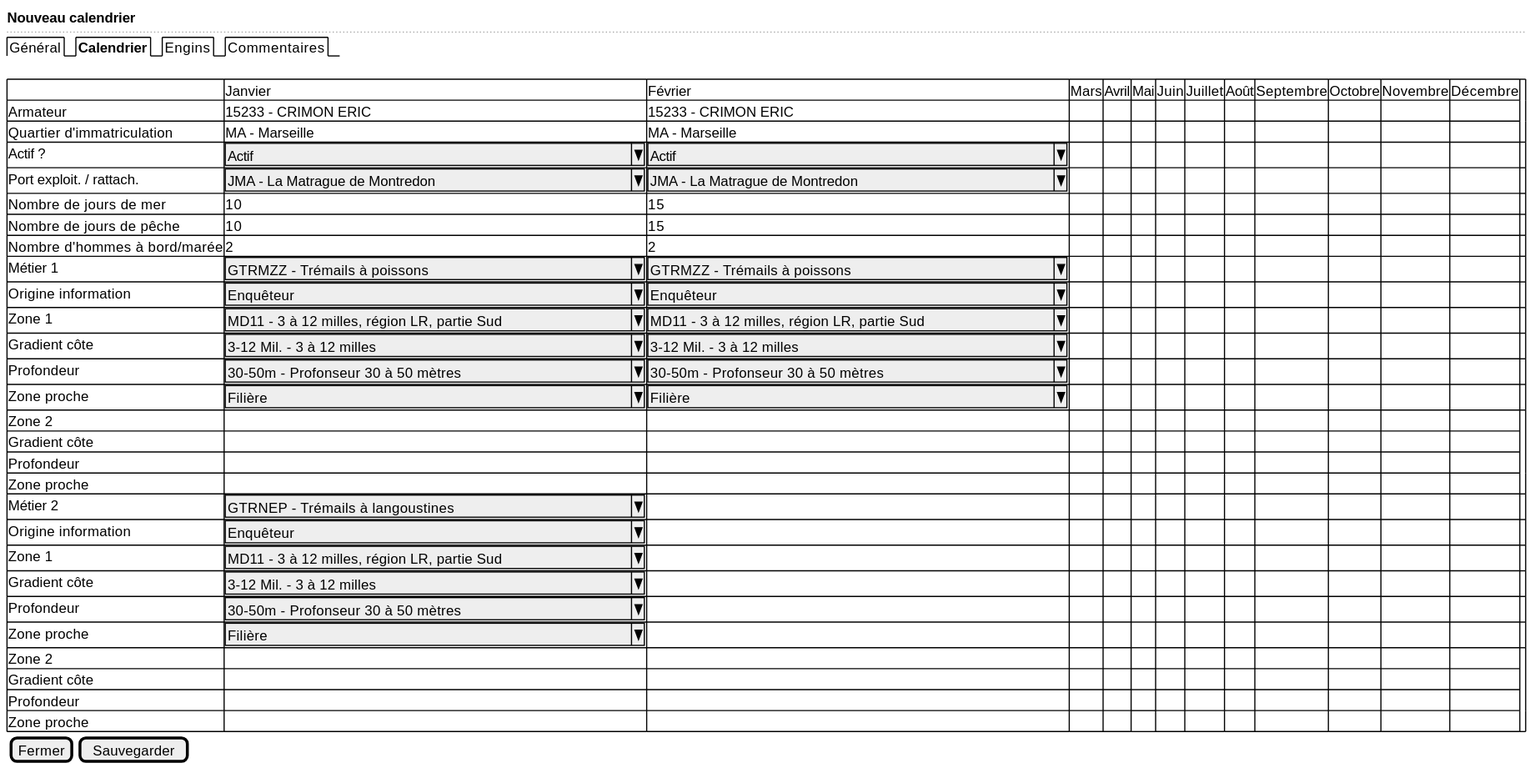
Above: projects/activity-calendar/spe/images/activity-calendar-new.svg in sumaris-net/sumaris-doc (PlantUML), before the change. Its diagram source:
```plantuml
@startsalt
{
  <b>Nouveau calendrier
  ..
  {/ Général | <b>Calendrier | Engins | Commentaires }
  .
	{#

     . | Janvier | Février | Mars | Avril | Mai | Juin | Juillet | Août | Septembre | Octobre | Novembre | Décembre
     Armateur | 15233 - CRIMON ERIC | 15233 - CRIMON ERIC | . | . | . | . | . | . | . | . | . | .
     Quartier d'immatriculation | MA - Marseille | MA - Marseille | . | . | . | . | . | . | . | . | . | .
     Actif ? | ^Actif                                      ^ | ^Actif                                      ^|.| . | . | . | . | . | . | . | . | . | .
     Port exploit. / rattach. | ^JMA - La Matrague de Montredon             ^ | ^JMA - La Matrague de Montredon             ^|.| . | . | . | . | . | . | . | . | . | .
     Nombre de jours de mer | 10 | 15 |.| . | . | . | . | . | . | . | . | . | .
     Nombre de jours de pêche | 10 | 15 |.| . | . | . | . | . | . | . | . | . | .
     Nombre d'hommes à bord/marée | 2 | 2 |.| . | . | . | . | . | . | . | . | . | .
     Métier 1 | ^GTRMZZ - Trémails à poissons               ^ | ^GTRMZZ - Trémails à poissons               ^ |.| . | . | . | . | . | . | . | . | . | .
     Origine information | ^Enquêteur                                  ^ | ^Enquêteur                                  ^ |.| . | . | . | . | . | . | . | . | . | .
     Zone 1 |^MD11 - 3 à 12 milles, région LR, partie Sud^| ^MD11 - 3 à 12 milles, région LR, partie Sud^ |.| . | . | . | . | . | . | . | . | . | .
     Gradient côte |^3-12 Mil. - 3 à 12 milles                  ^| ^3-12 Mil. - 3 à 12 milles                  ^ |.| . | . | . | . | . | . | . | . | . | .
     Profondeur | ^30-50m - Profonseur 30 à 50 mètres         ^ | ^30-50m - Profonseur 30 à 50 mètres         ^ |.| . | . | . | . | . | . | . | . | . | .
     Zone proche | ^Filière                                    ^ | ^Filière                                    ^ |.| . | . | . | . | . | . | . | . | . | .
     Zone 2 | . | . | . | . | . | . | . | . | . | . | . | .
     Gradient côte | . | . | . | . | . | . | . | . | . | . | . | .
     Profondeur | . | . | . | . | . | . | . | . | . | . | . | .
     Zone proche | . | . | . | . | . | . | . | . | . | . | . | .
     Métier 2 | ^GTRNEP - Trémails à langoustines           ^ |.|.| . | . | . | . | . | . | . | . | . | .
     Origine information | ^Enquêteur                                  ^ |.|.| . | . | . | . | . | . | . | . | . | .
     Zone 1 |^MD11 - 3 à 12 milles, région LR, partie Sud^|.|.| . | . | . | . | . | . | . | . | . | .
     Gradient côte |^3-12 Mil. - 3 à 12 milles                  ^|.|.| . | . | . | . | . | . | . | . | . | .
     Profondeur |^30-50m - Profonseur 30 à 50 mètres         ^|.|.| . | . | . | . | . | . | . | . | . | .
     Zone proche |^Filière                                    ^|.|.| . | . | . | . | . | . | . | . | . | .
     Zone 2 | . | . | . | . | . | . | . | . | . | . | . | .
     Gradient côte | . | . | . | . | . | . | . | . | . | . | . | .
     Profondeur | . | . | . | . | . | . | . | . | . | . | . | .
     Zone proche | . | . | . | . | . | . | . | . | . | . | . | .
    }

  { [Fermer] | [Sauvegarder] }
}
@endsalt
```
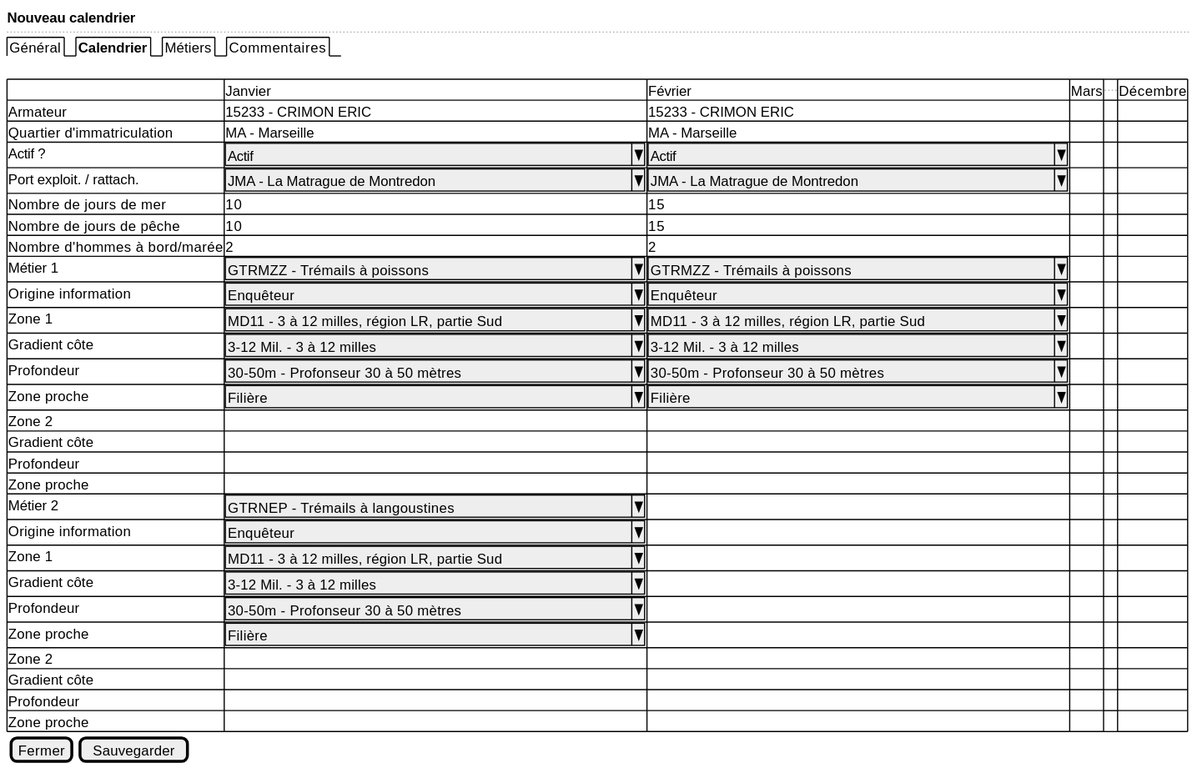
Later version of the same file.

Change to the diagram source:
```diff
@@ -2,38 +2,38 @@
 {
   <b>Nouveau calendrier
   ..
-  {/ Général | <b>Calendrier | Engins | Commentaires }
+  {/ Général | <b>Calendrier | Métiers | Commentaires }
   .
 	{#
 
-     . | Janvier | Février | Mars | Avril | Mai | Juin | Juillet | Août | Septembre | Octobre | Novembre | Décembre
-     Armateur | 15233 - CRIMON ERIC | 15233 - CRIMON ERIC | . | . | . | . | . | . | . | . | . | .
-     Quartier d'immatriculation | MA - Marseille | MA - Marseille | . | . | . | . | . | . | . | . | . | .
-     Actif ? | ^Actif                                      ^ | ^Actif                                      ^|.| . | . | . | . | . | . | . | . | . | .
-     Port exploit. / rattach. | ^JMA - La Matrague de Montredon             ^ | ^JMA - La Matrague de Montredon             ^|.| . | . | . | . | . | . | . | . | . | .
-     Nombre de jours de mer | 10 | 15 |.| . | . | . | . | . | . | . | . | . | .
-     Nombre de jours de pêche | 10 | 15 |.| . | . | . | . | . | . | . | . | . | .
-     Nombre d'hommes à bord/marée | 2 | 2 |.| . | . | . | . | . | . | . | . | . | .
-     Métier 1 | ^GTRMZZ - Trémails à poissons               ^ | ^GTRMZZ - Trémails à poissons               ^ |.| . | . | . | . | . | . | . | . | . | .
-     Origine information | ^Enquêteur                                  ^ | ^Enquêteur                                  ^ |.| . | . | . | . | . | . | . | . | . | .
-     Zone 1 |^MD11 - 3 à 12 milles, région LR, partie Sud^| ^MD11 - 3 à 12 milles, région LR, partie Sud^ |.| . | . | . | . | . | . | . | . | . | .
-     Gradient côte |^3-12 Mil. - 3 à 12 milles                  ^| ^3-12 Mil. - 3 à 12 milles                  ^ |.| . | . | . | . | . | . | . | . | . | .
-     Profondeur | ^30-50m - Profonseur 30 à 50 mètres         ^ | ^30-50m - Profonseur 30 à 50 mètres         ^ |.| . | . | . | . | . | . | . | . | . | .
-     Zone proche | ^Filière                                    ^ | ^Filière                                    ^ |.| . | . | . | . | . | . | . | . | . | .
-     Zone 2 | . | . | . | . | . | . | . | . | . | . | . | .
-     Gradient côte | . | . | . | . | . | . | . | . | . | . | . | .
-     Profondeur | . | . | . | . | . | . | . | . | . | . | . | .
-     Zone proche | . | . | . | . | . | . | . | . | . | . | . | .
-     Métier 2 | ^GTRNEP - Trémails à langoustines           ^ |.|.| . | . | . | . | . | . | . | . | . | .
-     Origine information | ^Enquêteur                                  ^ |.|.| . | . | . | . | . | . | . | . | . | .
-     Zone 1 |^MD11 - 3 à 12 milles, région LR, partie Sud^|.|.| . | . | . | . | . | . | . | . | . | .
-     Gradient côte |^3-12 Mil. - 3 à 12 milles                  ^|.|.| . | . | . | . | . | . | . | . | . | .
-     Profondeur |^30-50m - Profonseur 30 à 50 mètres         ^|.|.| . | . | . | . | . | . | . | . | . | .
-     Zone proche |^Filière                                    ^|.|.| . | . | . | . | . | . | . | . | . | .
-     Zone 2 | . | . | . | . | . | . | . | . | . | . | . | .
-     Gradient côte | . | . | . | . | . | . | . | . | . | . | . | .
-     Profondeur | . | . | . | . | . | . | . | . | . | . | . | .
-     Zone proche | . | . | . | . | . | . | . | . | . | . | . | .
+     . | Janvier | Février | Mars | ... | Décembre
+     Armateur | 15233 - CRIMON ERIC | 15233 - CRIMON ERIC | . | . | .
+     Quartier d'immatriculation | MA - Marseille | MA - Marseille | . | . | .
+     Actif ? | ^Actif                                      ^ | ^Actif                                      ^| . | . | .
+     Port exploit. / rattach. | ^JMA - La Matrague de Montredon             ^ | ^JMA - La Matrague de Montredon             ^| . | . | .
+     Nombre de jours de mer | 10 | 15 | . | . | .
+     Nombre de jours de pêche | 10 | 15 | . | . | .
+     Nombre d'hommes à bord/marée | 2 | 2 | . | . | .
+     Métier 1 | ^GTRMZZ - Trémails à poissons               ^ | ^GTRMZZ - Trémails à poissons               ^ | . | . | .
+     Origine information | ^Enquêteur                                  ^ | ^Enquêteur                                  ^ | . | . | .
+     Zone 1 |^MD11 - 3 à 12 milles, région LR, partie Sud^| ^MD11 - 3 à 12 milles, région LR, partie Sud^ | . | . | .
+     Gradient côte |^3-12 Mil. - 3 à 12 milles                  ^| ^3-12 Mil. - 3 à 12 milles                  ^ | . | . | .
+     Profondeur | ^30-50m - Profonseur 30 à 50 mètres         ^ | ^30-50m - Profonseur 30 à 50 mètres         ^ | . | . | .
+     Zone proche | ^Filière                                    ^ | ^Filière                                    ^ | . | . | .
+     Zone 2 | . | . | . | .
+     Gradient côte | . | . | . | . | .
+     Profondeur | . | . | . | . | .
+     Zone proche | . | . | . | . | .
+     Métier 2 | ^GTRNEP - Trémails à langoustines           ^ | . | . | . | .
+     Origine information | ^Enquêteur                                  ^ | . | . | . | .
+     Zone 1 |^MD11 - 3 à 12 milles, région LR, partie Sud^|.| . | . | .
+     Gradient côte |^3-12 Mil. - 3 à 12 milles                  ^|.| . | . | .
+     Profondeur |^30-50m - Profonseur 30 à 50 mètres         ^|.| . | . | .
+     Zone proche |^Filière                                    ^|.| . | . | .
+     Zone 2 | . | . | . | . | .
+     Gradient côte | . | . | . | . | .
+     Profondeur | . | . | . | . | .
+     Zone proche | . | . | . | . | .
     }
 
   { [Fermer] | [Sauvegarder] }
```
